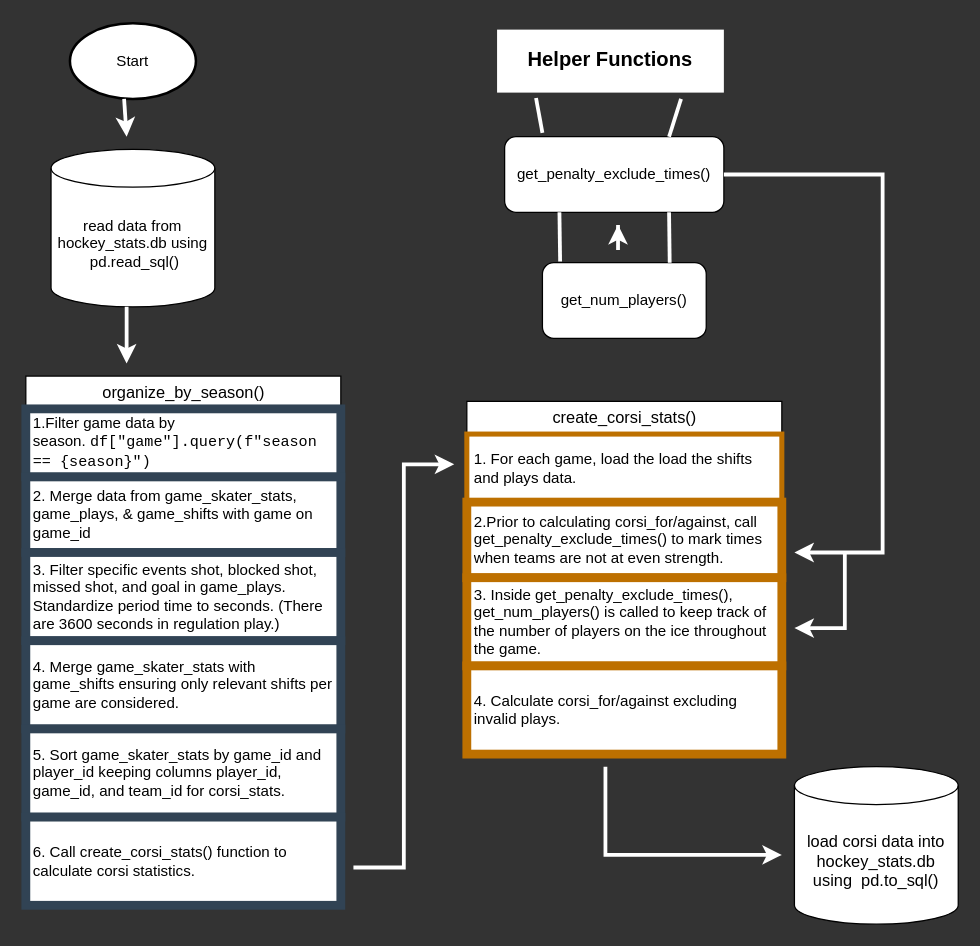
This is flowforcorsi.drawio from ewnike/cost_cup, a draw.io file, before an edit. Source tidied: cells renumbered, new cells numbered last; positions are measured from the earlier drawing's top-left corner, leaving out a move shared by most shapes. Both pictures are drawn from the tidied source at 126%, with x=0, y=0 at pixel (25, 23).
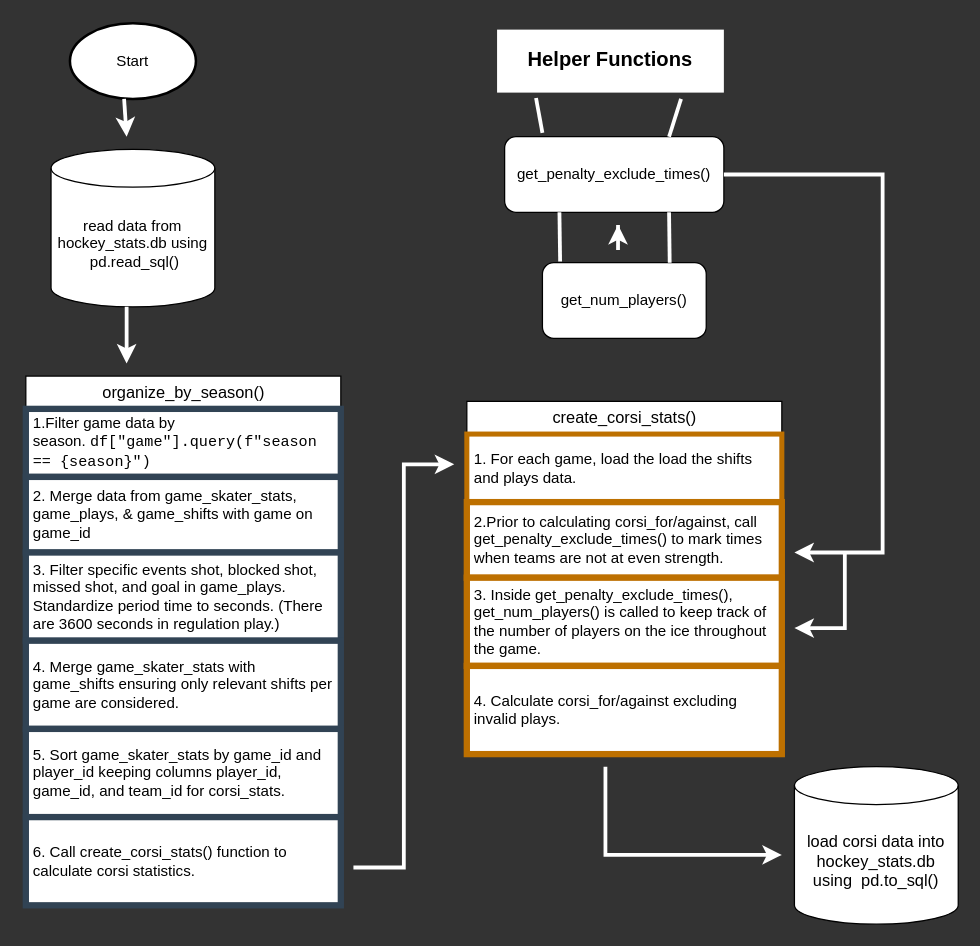
After the change.

Unchanged cells that the change refers to:
```xml
<mxCell id="6" value="&lt;font style=&quot;font-size: 13px;&quot;&gt;organize_by_season()&lt;/font&gt;" style="swimlane;fontStyle=0;horizontal=1;startSize=26;html=1;" parent="1" vertex="1">
  <mxGeometry y="280" width="250" height="420" as="geometry" />
</mxCell>
<mxCell id="14" value="&lt;font size=&quot;2&quot;&gt;create_corsi_stats()&lt;/font&gt;" style="swimlane;fontStyle=0;horizontal=1;startSize=26;html=1;" parent="1" vertex="1">
  <mxGeometry x="350" y="300" width="250" height="280" as="geometry" />
</mxCell>
```

The edit, as a diff of the source:
```diff
@@
-    <mxCell id="7" value="1.Filter game data by season.&amp;nbsp;&lt;code style=&quot;caret-color: rgb(0, 0, 0);&quot;&gt;df[&quot;game&quot;].query(f&quot;season == {season}&quot;)&lt;/code&gt;" style="text;align=left;verticalAlign=middle;spacingLeft=4;spacingRight=4;overflow=hidden;whiteSpace=wrap;html=1;perimeterSpacing=3;strokeWidth=7;fillColor=#FFFFFF;fontColor=#000000;strokeColor=#314354;" parent="6" vertex="1">
+    <mxCell id="7" value="1.Filter game data by season.&amp;nbsp;&lt;code style=&quot;caret-color: rgb(0, 0, 0);&quot;&gt;df[&quot;game&quot;].query(f&quot;season == {season}&quot;)&lt;/code&gt;" style="text;align=left;verticalAlign=middle;spacingLeft=4;spacingRight=4;overflow=hidden;whiteSpace=wrap;html=1;perimeterSpacing=3;strokeWidth=5;fillColor=#FFFFFF;fontColor=#000000;strokeColor=#314354;" parent="6" vertex="1">
       <mxGeometry y="26" width="250" height="54" as="geometry" />
     </mxCell>
-    <mxCell id="8" value="&lt;font color=&quot;#000000&quot;&gt;2. Merge data from game_skater_stats, game_plays, &amp;amp; game_shifts with game on game_id&amp;nbsp;&lt;/font&gt;" style="text;strokeColor=#314354;fillColor=#FFFFFF;align=left;verticalAlign=middle;spacingLeft=4;spacingRight=4;overflow=hidden;whiteSpace=wrap;html=1;fontColor=#ffffff;perimeterSpacing=3;strokeWidth=7;" parent="6" vertex="1">
+    <mxCell id="8" value="&lt;font color=&quot;#000000&quot;&gt;2. Merge data from game_skater_stats, game_plays, &amp;amp; game_shifts with game on game_id&amp;nbsp;&lt;/font&gt;" style="text;strokeColor=#314354;fillColor=#FFFFFF;align=left;verticalAlign=middle;spacingLeft=4;spacingRight=4;overflow=hidden;whiteSpace=wrap;html=1;fontColor=#ffffff;perimeterSpacing=3;strokeWidth=5;" parent="6" vertex="1">
       <mxGeometry y="80" width="250" height="60" as="geometry" />
     </mxCell>
-    <mxCell id="9" value="&lt;font color=&quot;#000000&quot;&gt;3.&lt;font face=&quot;Helvetica&quot;&gt; Filter specific events&amp;nbsp;&lt;span style=&quot;caret-color: rgb(0, 0, 0);&quot;&gt;shot, blocked shot, missed shot, and goal in game_plays. Standardize period time to seconds. (There are 3600 seconds in regulation play.)&lt;/span&gt;&lt;/font&gt;&lt;/font&gt;" style="text;strokeColor=#314354;fillColor=#FFFFFF;align=left;verticalAlign=top;spacingLeft=4;spacingRight=4;overflow=hidden;whiteSpace=wrap;html=1;fontColor=#ffffff;perimeterSpacing=3;strokeWidth=7;" parent="6" vertex="1">
+    <mxCell id="9" value="&lt;font color=&quot;#000000&quot;&gt;3.&lt;font face=&quot;Helvetica&quot;&gt; Filter specific events&amp;nbsp;&lt;span style=&quot;caret-color: rgb(0, 0, 0);&quot;&gt;shot, blocked shot, missed shot, and goal in game_plays. Standardize period time to seconds. (There are 3600 seconds in regulation play.)&lt;/span&gt;&lt;/font&gt;&lt;/font&gt;" style="text;strokeColor=#314354;fillColor=#FFFFFF;align=left;verticalAlign=top;spacingLeft=4;spacingRight=4;overflow=hidden;whiteSpace=wrap;html=1;fontColor=#ffffff;perimeterSpacing=3;strokeWidth=5;" parent="6" vertex="1">
       <mxGeometry y="140" width="250" height="70" as="geometry" />
     </mxCell>
-    <mxCell id="10" value="&lt;font color=&quot;#000000&quot;&gt;4. Merge game_skater_stats with game_shifts ensuring only relevant shifts per game are considered.&lt;/font&gt;" style="text;strokeColor=#314354;fillColor=#FFFFFF;align=left;verticalAlign=middle;spacingLeft=4;spacingRight=4;overflow=hidden;whiteSpace=wrap;html=1;fontColor=#ffffff;perimeterSpacing=3;strokeWidth=7;" parent="6" vertex="1">
+    <mxCell id="10" value="&lt;font color=&quot;#000000&quot;&gt;4. Merge game_skater_stats with game_shifts ensuring only relevant shifts per game are considered.&lt;/font&gt;" style="text;strokeColor=#314354;fillColor=#FFFFFF;align=left;verticalAlign=middle;spacingLeft=4;spacingRight=4;overflow=hidden;whiteSpace=wrap;html=1;fontColor=#ffffff;perimeterSpacing=3;strokeWidth=5;" parent="6" vertex="1">
       <mxGeometry y="210" width="250" height="70" as="geometry" />
     </mxCell>
-    <mxCell id="11" value="5. Sort game_skater_stats by game_id and player_id keeping columns player_id, game_id, and team_id for corsi_stats." style="text;strokeColor=#314354;fillColor=#FFFFFF;align=left;verticalAlign=middle;spacingLeft=4;spacingRight=4;overflow=hidden;whiteSpace=wrap;html=1;fontColor=#000000;perimeterSpacing=3;strokeWidth=7;" parent="6" vertex="1">
+    <mxCell id="11" value="5. Sort game_skater_stats by game_id and player_id keeping columns player_id, game_id, and team_id for corsi_stats." style="text;strokeColor=#314354;fillColor=#FFFFFF;align=left;verticalAlign=middle;spacingLeft=4;spacingRight=4;overflow=hidden;whiteSpace=wrap;html=1;fontColor=#000000;perimeterSpacing=3;strokeWidth=5;" parent="6" vertex="1">
       <mxGeometry y="280" width="250" height="70" as="geometry" />
     </mxCell>
-    <mxCell id="12" value="&lt;font color=&quot;#000000&quot;&gt;6. Call create_corsi_stats() function to calculate corsi statistics.&lt;/font&gt;" style="text;strokeColor=#314354;fillColor=#FFFFFF;align=left;verticalAlign=middle;spacingLeft=4;spacingRight=4;overflow=hidden;whiteSpace=wrap;html=1;fontColor=#ffffff;perimeterSpacing=3;strokeWidth=7;" parent="6" vertex="1">
+    <mxCell id="12" value="&lt;font color=&quot;#000000&quot;&gt;6. Call create_corsi_stats() function to calculate corsi statistics.&lt;/font&gt;" style="text;strokeColor=#314354;fillColor=#FFFFFF;align=left;verticalAlign=middle;spacingLeft=4;spacingRight=4;overflow=hidden;whiteSpace=wrap;html=1;fontColor=#ffffff;perimeterSpacing=3;strokeWidth=5;" parent="6" vertex="1">
       <mxGeometry y="350" width="250" height="70" as="geometry" />
     </mxCell>
@@
-    <mxCell id="16" value="2.Prior to calculating corsi_for/against, call get_penalty_exclude_times() to mark times when teams are not at even strength." style="text;strokeColor=#BD7000;fillColor=#FFFFFF;align=left;verticalAlign=middle;spacingLeft=4;spacingRight=4;overflow=hidden;whiteSpace=wrap;html=1;fontColor=#000000;perimeterSpacing=3;strokeWidth=7;" parent="14" vertex="1">
+    <mxCell id="16" value="2.Prior to calculating corsi_for/against, call get_penalty_exclude_times() to mark times when teams are not at even strength." style="text;strokeColor=#BD7000;fillColor=#FFFFFF;align=left;verticalAlign=middle;spacingLeft=4;spacingRight=4;overflow=hidden;whiteSpace=wrap;html=1;fontColor=#000000;perimeterSpacing=3;strokeWidth=5;" parent="14" vertex="1">
       <mxGeometry y="80" width="250" height="60" as="geometry" />
     </mxCell>
-    <mxCell id="17" value="3. Inside get_penalty_exclude_times(), get_num_players() is called to keep track of the number of players on the ice throughout the game." style="text;align=left;verticalAlign=top;spacingLeft=4;spacingRight=4;overflow=hidden;whiteSpace=wrap;html=1;perimeterSpacing=3;strokeWidth=7;fillColor=#FFFFFF;fontColor=#000000;strokeColor=#BD7000;" parent="14" vertex="1">
+    <mxCell id="17" value="3. Inside get_penalty_exclude_times(), get_num_players() is called to keep track of the number of players on the ice throughout the game." style="text;align=left;verticalAlign=top;spacingLeft=4;spacingRight=4;overflow=hidden;whiteSpace=wrap;html=1;perimeterSpacing=3;strokeWidth=5;fillColor=#FFFFFF;fontColor=#000000;strokeColor=#BD7000;" parent="14" vertex="1">
       <mxGeometry y="140" width="250" height="70" as="geometry" />
     </mxCell>
-    <mxCell id="18" value="4. Calculate corsi_for/against excluding invalid plays." style="text;strokeColor=#BD7000;fillColor=#FFFFFF;align=left;verticalAlign=middle;spacingLeft=4;spacingRight=4;overflow=hidden;whiteSpace=wrap;html=1;fontColor=#000000;perimeterSpacing=3;strokeWidth=7;" parent="14" vertex="1">
+    <mxCell id="18" value="4. Calculate corsi_for/against excluding invalid plays." style="text;strokeColor=#BD7000;fillColor=#FFFFFF;align=left;verticalAlign=middle;spacingLeft=4;spacingRight=4;overflow=hidden;whiteSpace=wrap;html=1;fontColor=#000000;perimeterSpacing=3;strokeWidth=5;" parent="14" vertex="1">
       <mxGeometry y="210" width="250" height="70" as="geometry" />
     </mxCell>
```
